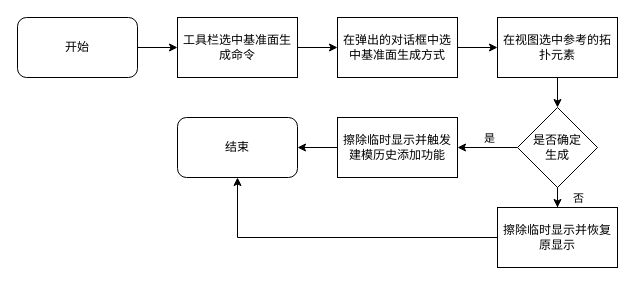
The draw.io diagram 基准面特征创建.drawio in liuhuliuhu123/First-test, before the edit. Source tidied: cells renumbered, new cells numbered last; positions are measured from the earlier drawing's top-left corner, leaving out a move shared by most shapes. Both pictures are drawn from the tidied source at 100%, with x=0, y=0 at pixel (17, 17).
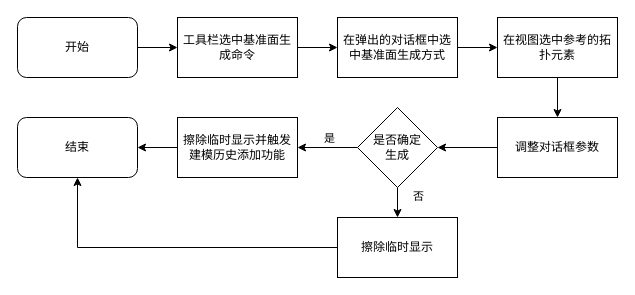
After the change.

Commit message:
更新基准面特征创建.drawio

The change refers to these unchanged cells:
```xml
<mxCell id="9" value="在视图选中参考的拓扑元素" style="rounded=0;whiteSpace=wrap;html=1;" parent="1" vertex="1">
  <mxGeometry x="480" width="120" height="60" as="geometry" />
</mxCell>
```

Change to the diagram source:
```diff
@@
-    <mxCell id="8" style="edgeStyle=orthogonalEdgeStyle;rounded=0;jettySize=auto;html=1;entryX=0.5;entryY=0;entryDx=0;entryDy=0;" parent="1" edge="1" source="9" target="16">
-      <mxGeometry relative="1" as="geometry" />
-    </mxCell>
+    <mxCell id="20" style="edgeStyle=orthogonalEdgeStyle;rounded=0;jettySize=auto;html=1;" parent="1" edge="1" source="9" target="22">
+      <mxGeometry relative="1" as="geometry" />
+    </mxCell>
@@
     <mxCell id="11" value="擦除临时显示并触发建模历史添加功能" style="rounded=0;whiteSpace=wrap;html=1;" parent="1" vertex="1">
-      <mxGeometry x="320" y="100" width="120" height="60" as="geometry" />
+      <mxGeometry x="160" y="100" width="120" height="60" as="geometry" />
     </mxCell>
@@
     <mxCell id="16" value="是否确定&lt;br&gt;生成" style="rhombus;whiteSpace=wrap;html=1;" parent="1" vertex="1">
-      <mxGeometry x="500" y="90" width="80" height="80" as="geometry" />
+      <mxGeometry x="340" y="90" width="80" height="80" as="geometry" />
     </mxCell>
     <mxCell id="17" value="结束" style="rounded=1;whiteSpace=wrap;html=1;" parent="1" vertex="1">
-      <mxGeometry x="160" y="100" width="120" height="60" as="geometry" />
+      <mxGeometry y="100" width="120" height="60" as="geometry" />
     </mxCell>
@@
-    <mxCell id="19" value="擦除临时显示并恢复原显示" style="rounded=0;whiteSpace=wrap;html=1;" parent="1" vertex="1">
-      <mxGeometry x="480" y="190" width="120" height="60" as="geometry" />
+    <mxCell id="19" value="擦除临时显示" style="rounded=0;whiteSpace=wrap;html=1;" parent="1" vertex="1">
+      <mxGeometry x="320" y="200" width="120" height="60" as="geometry" />
     </mxCell>
+    <mxCell id="21" style="edgeStyle=orthogonalEdgeStyle;rounded=0;jettySize=auto;html=1;entryX=1;entryY=0.5;entryDx=0;entryDy=0;" parent="1" edge="1" source="22" target="16">
+      <mxGeometry relative="1" as="geometry" />
+    </mxCell>
+    <mxCell id="22" value="调整对话框参数" style="rounded=0;whiteSpace=wrap;html=1;" parent="1" vertex="1">
+      <mxGeometry x="480" y="100" width="120" height="60" as="geometry" />
+    </mxCell>
```
